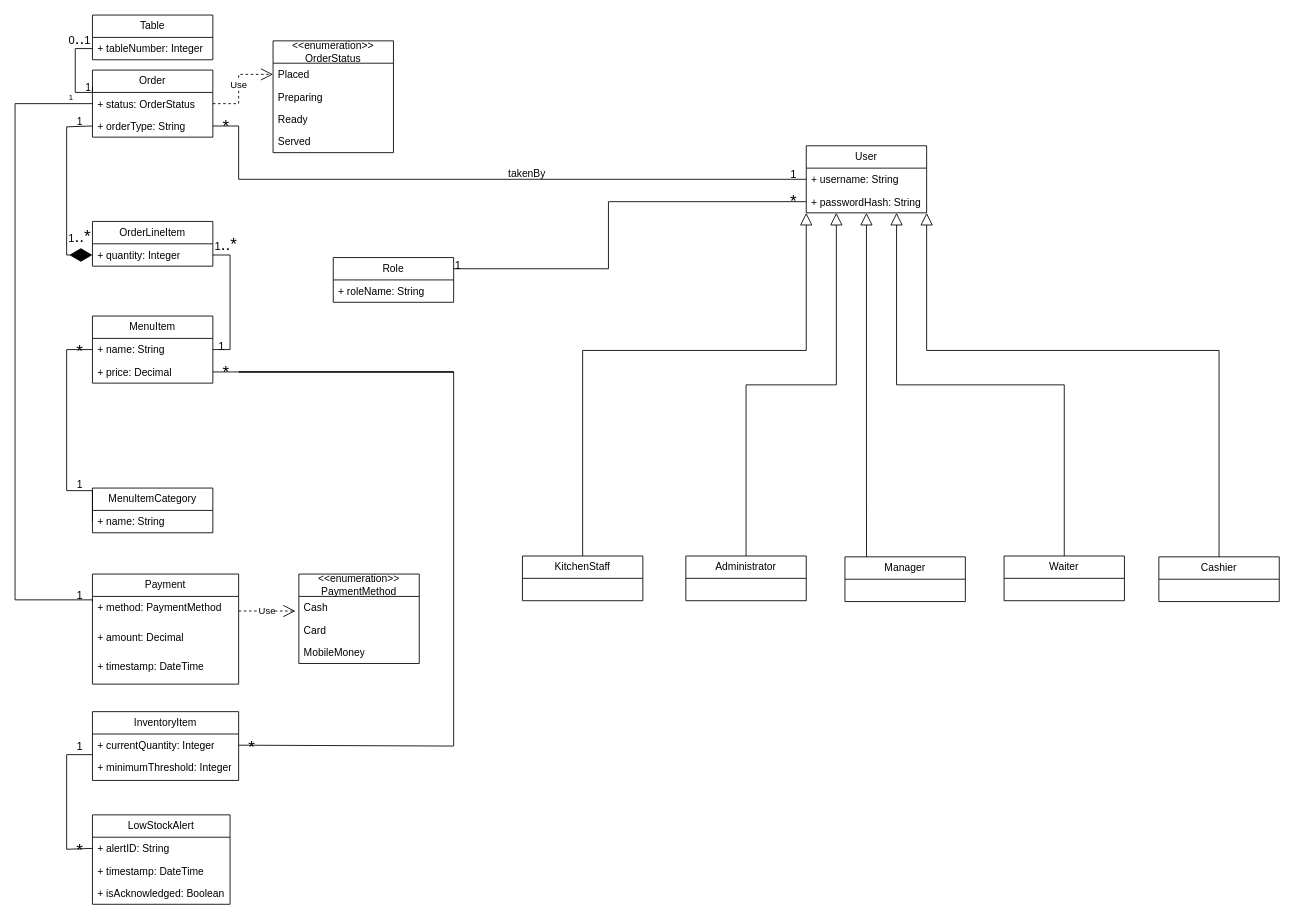
Before: ELABORATION PHASE/ITERATION 1/diagrams/cafe POS class diagram.drawio in Gsiach/Cafe-POS-project, a draw.io diagram. Source tidied: cells renumbered, new cells numbered last; positions are measured from the earlier drawing's top-left corner, leaving out a move shared by most shapes. Both pictures are drawn from the tidied source at 86%, with x=0, y=0 at pixel (15, 15).
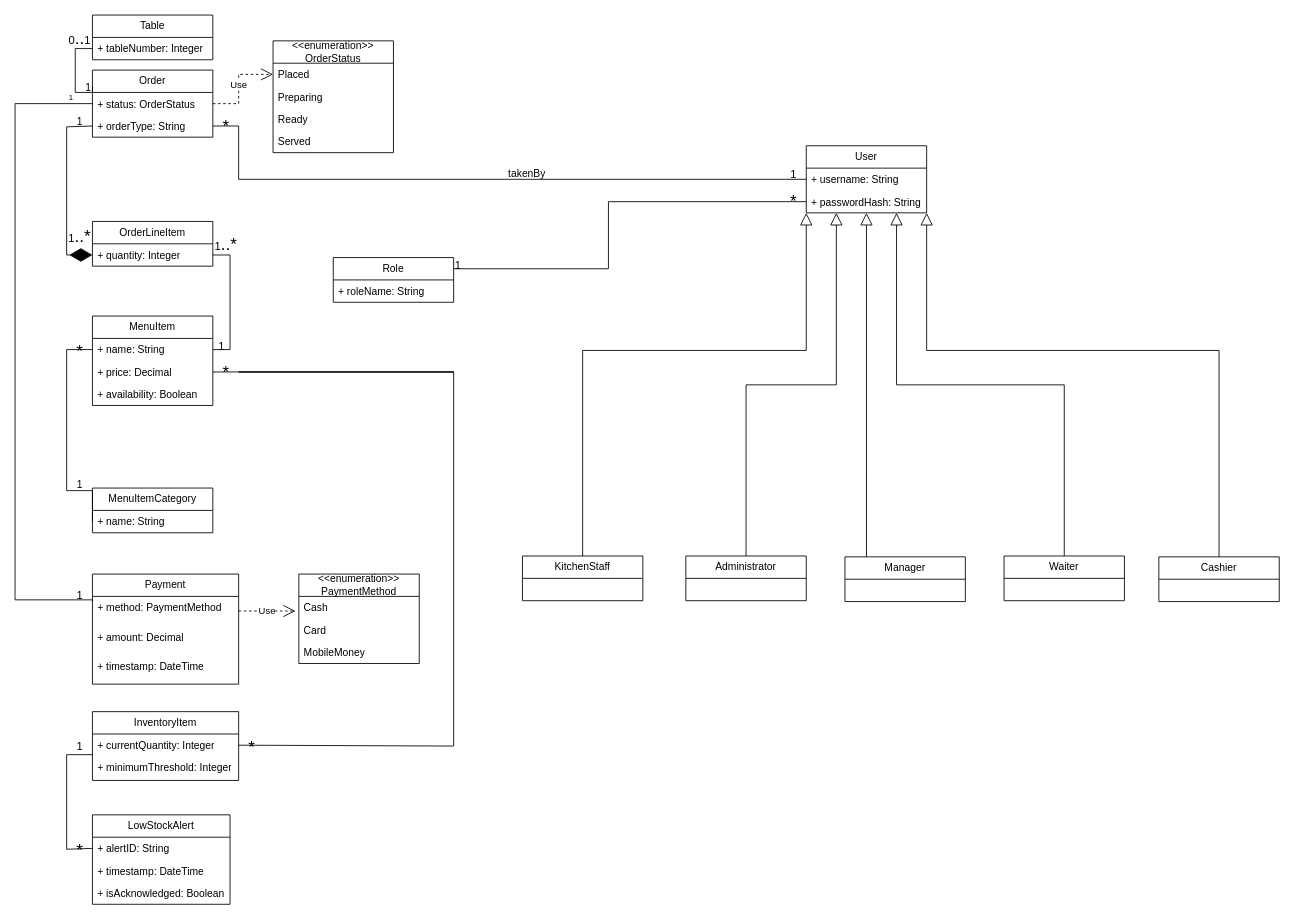
The same page after the edit.

What changed in the source:
```diff
@@
     <mxCell id="2" value="MenuItem" style="swimlane;fontStyle=0;horizontal=1;startSize=26;fillColor=none;whiteSpace=wrap;html=1;" parent="1" vertex="1">
-      <mxGeometry x="90" y="350" width="140" height="78" as="geometry" />
+      <mxGeometry x="90" y="350" width="140" height="104" as="geometry" />
     </mxCell>
@@
+    <mxCell id="80" value="+ availability: Boolean" style="text;strokeColor=none;fillColor=none;align=left;verticalAlign=top;spacingLeft=4;spacingRight=4;overflow=hidden;whiteSpace=wrap;html=1;" parent="2" vertex="1">
+      <mxGeometry y="78" width="140" height="26" as="geometry" />
+    </mxCell>
```
